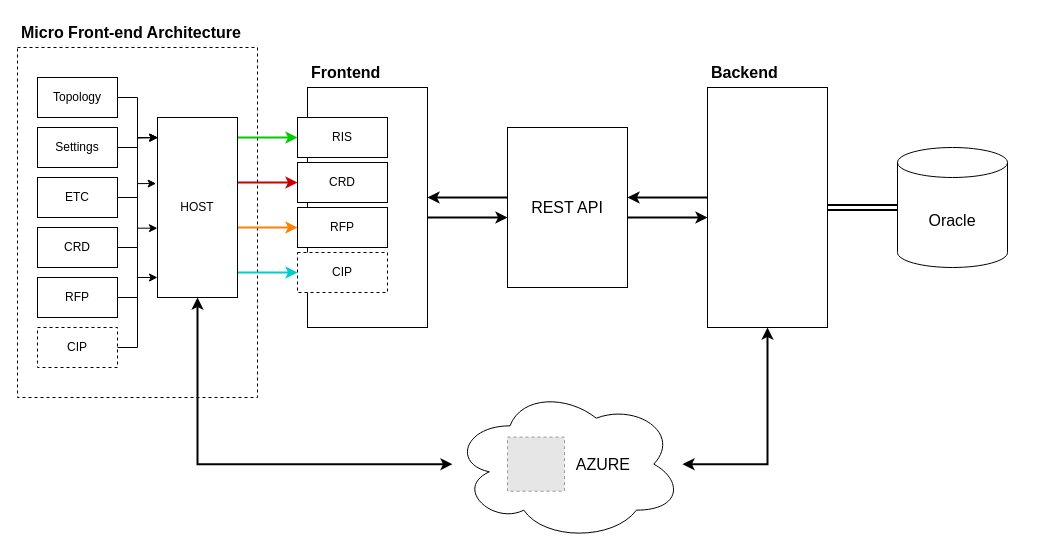
This is app-architecture.drawio from mathudak/diagrams, a draw.io file, before an edit. Source tidied: cells renumbered, new cells numbered last; positions are measured from the earlier drawing's top-left corner, leaving out a move shared by most shapes. Both pictures are drawn from the tidied source at 100%, with x=0, y=0 at pixel (17, 17). Pictures stored in the file or linked from it are replaced by grey dashed boxes.
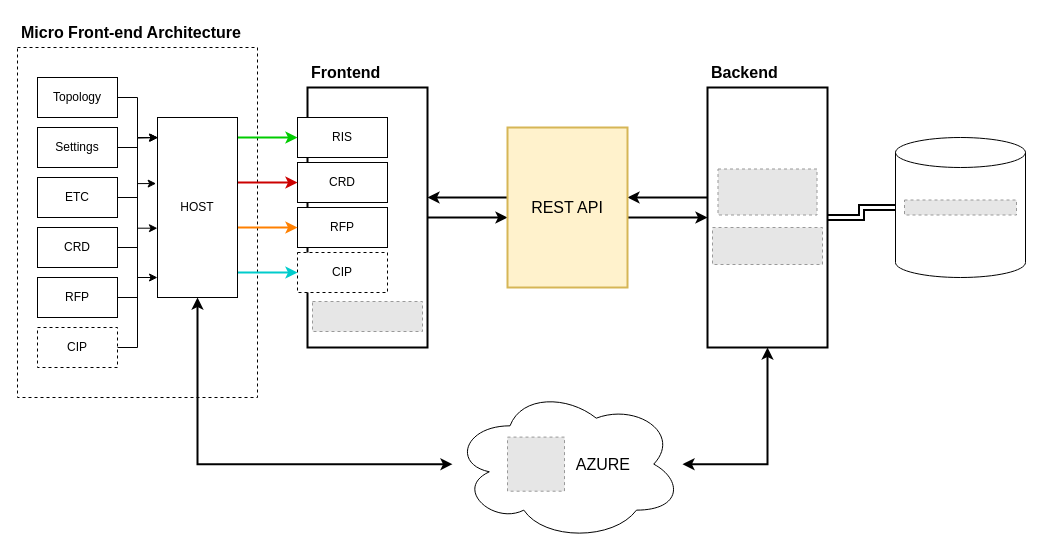
Above is the later version.

Change to the diagram source:
```diff
@@
-    <mxCell id="7" value="Oracle" style="shape=cylinder3;whiteSpace=wrap;html=1;boundedLbl=1;backgroundOutline=1;size=15;fontSize=16;" parent="1" vertex="1">
-      <mxGeometry x="880" y="130" width="110" height="120" as="geometry" />
+    <mxCell id="7" style="shape=cylinder3;whiteSpace=wrap;html=1;boundedLbl=1;backgroundOutline=1;size=15;fontSize=16;" parent="1" vertex="1">
+      <mxGeometry x="878" y="120" width="130" height="140" as="geometry" />
     </mxCell>
@@
-    <mxCell id="9" style="whiteSpace=wrap;html=1;" parent="1" vertex="1">
-      <mxGeometry x="290" y="70" width="120" height="240" as="geometry" />
+    <mxCell id="9" style="whiteSpace=wrap;html=1;strokeWidth=2;" parent="1" vertex="1">
+      <mxGeometry x="290" y="70" width="120" height="260" as="geometry" />
     </mxCell>
@@
-    <mxCell id="11" style="whiteSpace=wrap;html=1;" parent="1" vertex="1">
-      <mxGeometry x="690" y="70" width="120" height="240" as="geometry" />
+    <mxCell id="11" style="whiteSpace=wrap;html=1;strokeWidth=2;" parent="1" vertex="1">
+      <mxGeometry x="690" y="70" width="120" height="260" as="geometry" />
     </mxCell>
@@
-    <mxCell id="14" value="REST API" style="whiteSpace=wrap;html=1;fontSize=16;" parent="1" vertex="1">
+    <mxCell id="14" value="REST API" style="whiteSpace=wrap;html=1;fontSize=16;fillColor=#fff2cc;strokeColor=#d6b656;strokeWidth=2;" parent="1" vertex="1">
       <mxGeometry x="490" y="110" width="120" height="160" as="geometry" />
     </mxCell>
@@
+    <mxCell id="40" style="fillColor=#E6E6E6;strokeColor=#999999;dashed=1;verticalLabelPosition=bottom;labelBackgroundColor=default;verticalAlign=top;" parent="1" vertex="1">
+      <mxGeometry x="700.5" y="151.5" width="99" height="46" as="geometry" />
+    </mxCell>
+    <mxCell id="41" style="fillColor=#E6E6E6;strokeColor=#999999;dashed=1;verticalLabelPosition=bottom;labelBackgroundColor=default;verticalAlign=top;" parent="1" vertex="1">
+      <mxGeometry x="695" y="210" width="110" height="37" as="geometry" />
+    </mxCell>
+    <mxCell id="42" style="fillColor=#E6E6E6;strokeColor=#999999;dashed=1;verticalLabelPosition=bottom;labelBackgroundColor=default;verticalAlign=top;" parent="1" vertex="1">
+      <mxGeometry x="887" y="182.5" width="112" height="15" as="geometry" />
+    </mxCell>
+    <mxCell id="43" style="fillColor=#E6E6E6;strokeColor=#999999;dashed=1;verticalLabelPosition=bottom;labelBackgroundColor=default;verticalAlign=top;" parent="1" vertex="1">
+      <mxGeometry x="295" y="284" width="110" height="30" as="geometry" />
+    </mxCell>
```
